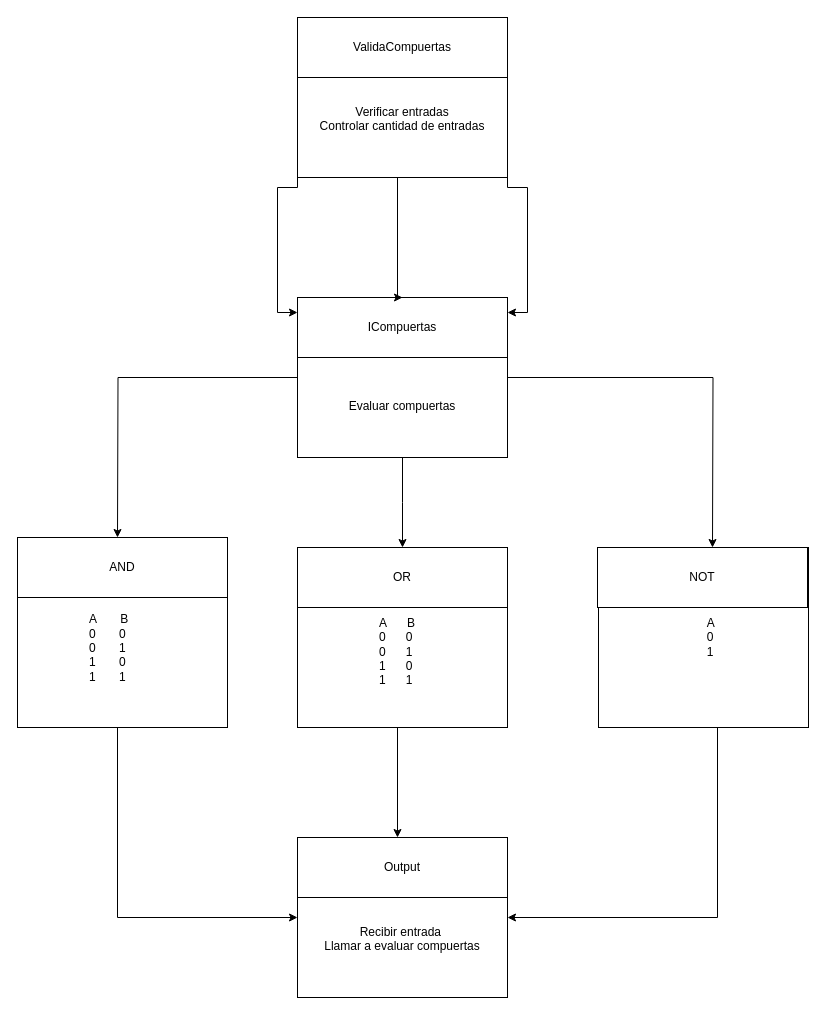
This is UML-Compuertas/Diagrama de compuertas logicas (falta pulirlo).drawio from Christian-Curbelo-004/Ejercicios-CompuertasLogicas, a draw.io file, before an edit. Source tidied: cells renumbered, new cells numbered last; positions are measured from the earlier drawing's top-left corner, leaving out a move shared by most shapes. Both pictures are drawn from the tidied source at 100%, with x=0, y=0 at pixel (17, 17).
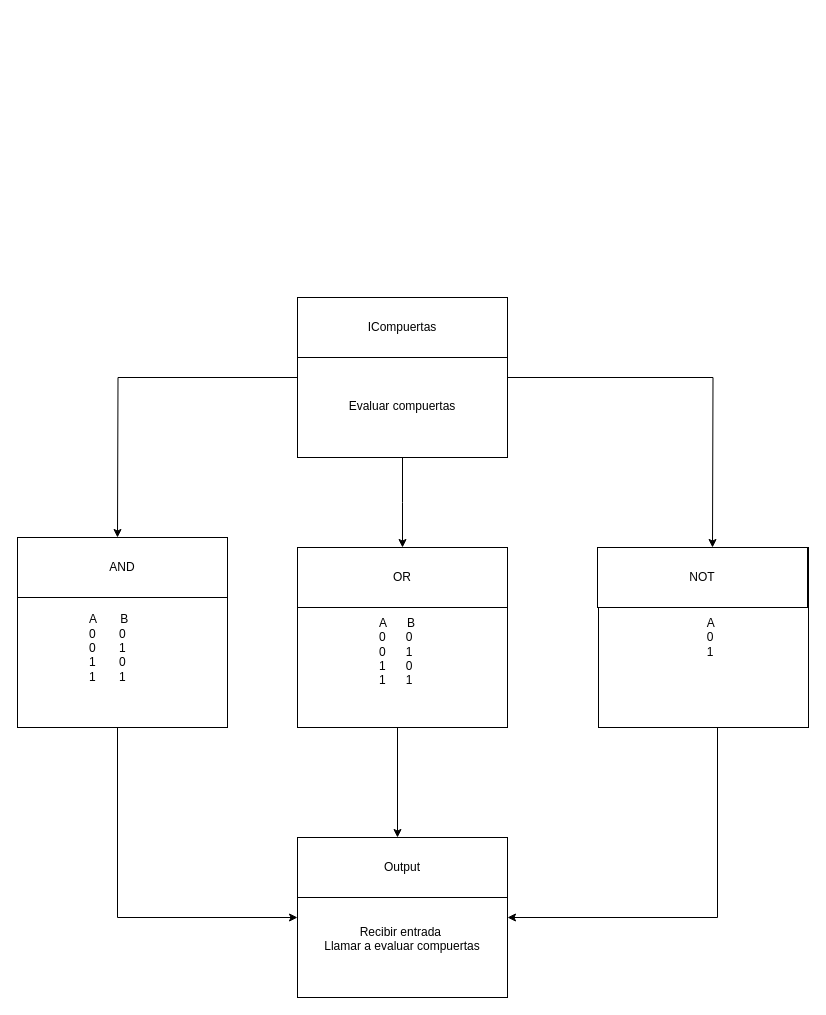
After the change.

Commit message:
compuertas diagrama

Unchanged cells that the change refers to:
```xml
<mxCell id="6" value="ICompuertas" style="rounded=0;whiteSpace=wrap;html=1;" parent="1" vertex="1">
  <mxGeometry x="280" y="280" width="210" height="60" as="geometry" />
</mxCell>
```

Change to the diagram source:
```diff
@@
-    <mxCell id="17" style="edgeStyle=orthogonalEdgeStyle;rounded=0;jettySize=auto;html=1;exitX=0.5;exitY=1;exitDx=0;exitDy=0;entryX=0.5;entryY=0;entryDx=0;entryDy=0;" parent="1" edge="1" source="19" target="6">
-      <mxGeometry relative="1" as="geometry">
-        <Array as="points">
-          <mxPoint x="380" y="160" />
-          <mxPoint x="380" y="280" />
-        </Array>
-      </mxGeometry>
-    </mxCell>
-    <mxCell id="18" style="edgeStyle=orthogonalEdgeStyle;rounded=0;jettySize=auto;html=1;exitX=1;exitY=1;exitDx=0;exitDy=0;entryX=1;entryY=0.25;entryDx=0;entryDy=0;" parent="1" edge="1" source="19" target="6">
-      <mxGeometry relative="1" as="geometry">
-        <Array as="points">
-          <mxPoint x="490" y="170" />
-          <mxPoint x="510" y="170" />
-          <mxPoint x="510" y="295" />
-        </Array>
-      </mxGeometry>
-    </mxCell>
-    <mxCell id="19" value="&lt;div&gt;&lt;br&gt;&lt;/div&gt;&lt;div&gt;&lt;br&gt;&lt;/div&gt;&lt;div&gt;&lt;br&gt;&lt;/div&gt;&lt;div&gt;Verificar entradas&lt;br&gt;Controlar cantidad de entradas&lt;/div&gt;" style="rounded=0;whiteSpace=wrap;html=1;" parent="1" vertex="1">
-      <mxGeometry x="280" width="210" height="160" as="geometry" />
-    </mxCell>
-    <mxCell id="20" style="edgeStyle=orthogonalEdgeStyle;rounded=0;jettySize=auto;html=1;exitX=0;exitY=1;exitDx=0;exitDy=0;entryX=0;entryY=0.25;entryDx=0;entryDy=0;" parent="1" edge="1" source="21" target="6">
-      <mxGeometry relative="1" as="geometry" />
-    </mxCell>
-    <mxCell id="21" value="ValidaCompuertas" style="rounded=0;whiteSpace=wrap;html=1;" parent="1" vertex="1">
-      <mxGeometry x="280" width="210" height="60" as="geometry" />
-    </mxCell>
```
